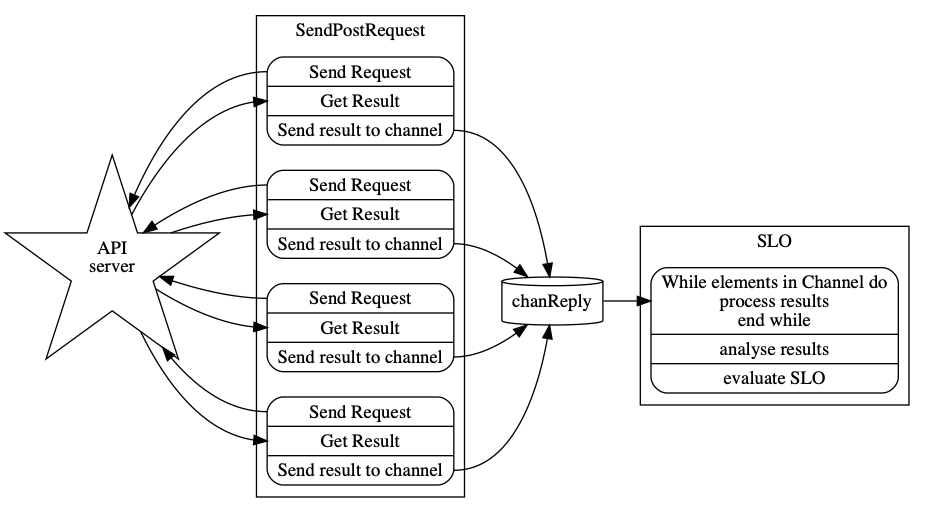
This is doc/assets/injector.png from owulveryck/api-repository, a Graphviz export, as it was before one commit. Its source is kept beside it as doc/assets/injector.dot. Its diagram source:
```dot
digraph G {
   rankdir =  LR;
   bgcolor= transparent;

  server [shape=star; label="API\nserver"];

   subgraph cluster_consumer {
        rankdir=LR;
        label="SendPostRequest";

        node [shape=Mrecord; label="<s1>Send Request|<s2>Get Result|<p2>Send result to channel"];
        send1;
        send2;
        send3;
        sendn;
   }
    send1:s1 -> server;
    server -> send1:s2;
    send2:s1 -> server;
    server -> send2:s2;
    send3:s1 -> server;
    server -> send3:s2;
    sendn:s1 -> server;
    server -> sendn:s2;
  subgraph cluster_slo {
        label="SLO";
        evaluate [shape=Mrecord;label="<p1>While elements in Channel do\nprocess results\nend while|analyse results|evaluate SLO"];
  }

   send1:p2 -> chanReply;
   send2:p2 -> chanReply;
   send3:p2 -> chanReply;
   sendn:p2 -> chanReply;

   chanReply -> evaluate:p1;
   chanReply [shape=cylinder;];

}
```
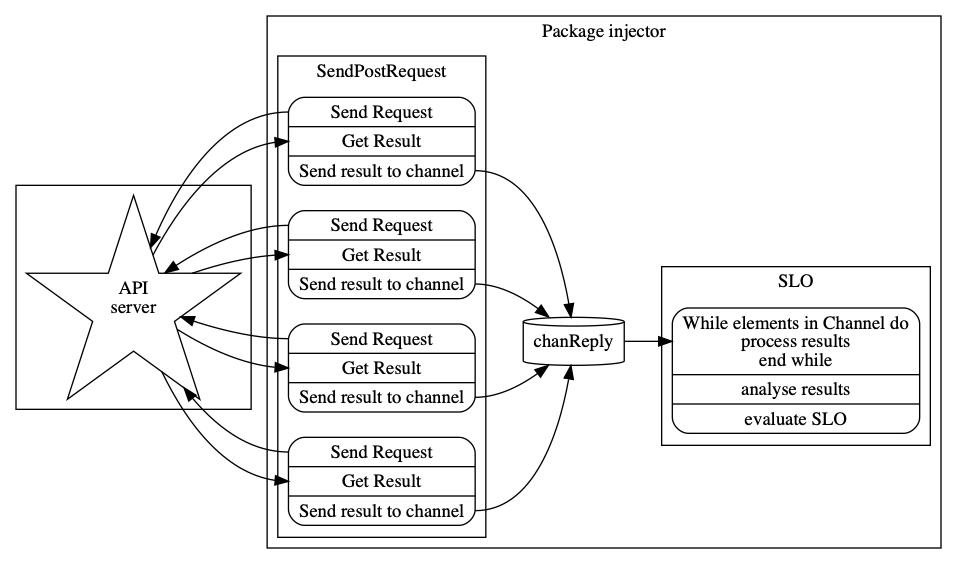
After the change.

Change to the diagram source:
```diff
@@ -2,37 +2,41 @@
    rankdir =  LR;
    bgcolor= transparent;
 
-  server [shape=star; label="API\nserver"];
-
-   subgraph cluster_consumer {
-        rankdir=LR;
-        label="SendPostRequest";
-
-        node [shape=Mrecord; label="<s1>Send Request|<s2>Get Result|<p2>Send result to channel"];
-        send1;
-        send2;
-        send3;
-        sendn;
-   }
-    send1:s1 -> server;
-    server -> send1:s2;
-    send2:s1 -> server;
-    server -> send2:s2;
-    send3:s1 -> server;
-    server -> send3:s2;
-    sendn:s1 -> server;
-    server -> sendn:s2;
-  subgraph cluster_slo {
-        label="SLO";
-        evaluate [shape=Mrecord;label="<p1>While elements in Channel do\nprocess results\nend while|analyse results|evaluate SLO"];
+  subgraph cluster_api {
+    server [shape=star; label="API\nserver"];
   }
 
-   send1:p2 -> chanReply;
-   send2:p2 -> chanReply;
-   send3:p2 -> chanReply;
-   sendn:p2 -> chanReply;
+  subgraph cluster_injector {
+      label="Package injector";
+         subgraph cluster_consumer {
+              rankdir=LR;
+              label="SendPostRequest";
 
-   chanReply -> evaluate:p1;
-   chanReply [shape=cylinder;];
+              node [shape=Mrecord; label="<s1>Send Request|<s2>Get Result|<p2>Send result to channel"];
+              send1;
+              send2;
+              send3;
+              sendn;
+         }
+          send1:s1 -> server;
+          server -> send1:s2;
+          send2:s1 -> server;
+          server -> send2:s2;
+          send3:s1 -> server;
+          server -> send3:s2;
+          sendn:s1 -> server;
+          server -> sendn:s2;
+        subgraph cluster_slo {
+              label="SLO";
+              evaluate [shape=Mrecord;label="<p1>While elements in Channel do\nprocess results\nend while|analyse results|evaluate SLO"];
+        }
 
+         send1:p2 -> chanReply;
+         send2:p2 -> chanReply;
+         send3:p2 -> chanReply;
+         sendn:p2 -> chanReply;
+
+         chanReply -> evaluate:p1;
+         chanReply [shape=cylinder;];
+  }
 }
```
